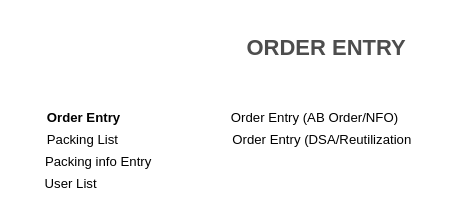
Before: page "Page-2" (2 of 6) of Untitled Diagram.drawio in sdevipriya/VirtualTrainingOct12-Config, a draw.io diagram. Source tidied: cells renumbered, new cells numbered last; positions are measured from the earlier drawing's top-left corner, leaving out a move shared by most shapes. Both pictures are drawn from the tidied source at 110%, with x=0, y=0 at pixel (19, 30).
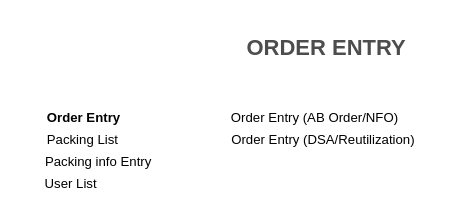
The same page after the edit.

Diff of the diagram source:
```diff
@@
 <mxGraphModel>
   <root>
     <mxCell id="0" />
     <mxCell id="1" parent="0" />
     <mxCell id="2" value="&lt;h1&gt;ORDER ENTRY&lt;br&gt;&lt;/h1&gt;" style="whiteSpace=wrap;html=1;shadow=0;dashed=0;fontSize=10;align=left;fillColor=#FFFFFF;strokeColor=#FFFFFF;fontColor=#4D4D4D;" parent="1" vertex="1">
       <mxGeometry x="205" width="168.8" height="30" as="geometry" />
     </mxCell>
     <mxCell id="3" value="Order Entry&lt;span style=&quot;white-space: pre&quot;&gt;&#9;&lt;/span&gt;" style="text;html=1;align=center;verticalAlign=middle;strokeColor=none;fontStyle=1;" parent="1" vertex="1">
       <mxGeometry x="15" y="70" width="100" height="20" as="geometry" />
     </mxCell>
     <mxCell id="4" value="&lt;span style=&quot;white-space: pre&quot;&gt;   &lt;/span&gt;Packing List&lt;span style=&quot;white-space: pre&quot;&gt;&#9;&lt;/span&gt;" style="text;html=1;align=center;verticalAlign=middle;strokeColor=none;" parent="1" vertex="1">
       <mxGeometry x="5" y="90" width="100" height="20" as="geometry" />
     </mxCell>
     <mxCell id="5" value="&lt;span style=&quot;white-space: pre&quot;&gt;  &lt;/span&gt;Packing info Entry&lt;span style=&quot;white-space: pre&quot;&gt;&#9;&lt;/span&gt;" style="text;html=1;align=center;verticalAlign=middle;strokeColor=none;" parent="1" vertex="1">
       <mxGeometry x="10" y="110" width="120" height="20" as="geometry" />
     </mxCell>
     <mxCell id="6" value="&lt;span style=&quot;white-space: pre&quot;&gt; &lt;/span&gt;User List" style="text;html=1;align=center;verticalAlign=middle;strokeColor=none;" parent="1" vertex="1">
       <mxGeometry x="10" y="130" width="70" height="20" as="geometry" />
     </mxCell>
     <mxCell id="7" value="&lt;span style=&quot;white-space: pre&quot;&gt;&#9;&lt;/span&gt;&lt;span style=&quot;white-space: pre&quot;&gt;&#9;&lt;/span&gt;&lt;span style=&quot;white-space: pre&quot;&gt;&#9;&lt;/span&gt;&lt;span style=&quot;white-space: pre&quot;&gt;&#9;&lt;/span&gt;&lt;span style=&quot;white-space: pre&quot;&gt;&#9;&lt;/span&gt;&lt;span style=&quot;white-space: pre&quot;&gt;&#9;&lt;/span&gt;&lt;span style=&quot;white-space: pre&quot;&gt;&#9;&lt;/span&gt;Order Entry (AB Order/NFO)" style="text;html=1;align=center;verticalAlign=middle;strokeColor=none;fontColor=#000000;" parent="1" vertex="1">
       <mxGeometry y="70" width="350" height="20" as="geometry" />
     </mxCell>
-    <mxCell id="8" value="&lt;span style=&quot;white-space: pre&quot;&gt;&#9;&lt;/span&gt;&lt;span style=&quot;white-space: pre&quot;&gt;&#9;&lt;/span&gt;&lt;span style=&quot;white-space: pre&quot;&gt;&#9;&lt;/span&gt;&lt;span style=&quot;white-space: pre&quot;&gt;&#9;&lt;/span&gt;&lt;span style=&quot;white-space: pre&quot;&gt;    &lt;/span&gt;Order Entry (DSA/Reutilization" style="text;html=1;align=center;verticalAlign=middle;strokeColor=none;fontColor=#000000;" parent="1" vertex="1">
-      <mxGeometry x="65" y="90" width="300" height="20" as="geometry" />
+    <mxCell id="8" value="&lt;span style=&quot;white-space: pre&quot;&gt;&#9;&lt;/span&gt;&lt;span style=&quot;white-space: pre&quot;&gt;&#9;&lt;/span&gt;&lt;span style=&quot;white-space: pre&quot;&gt;&#9;&lt;/span&gt;&lt;span style=&quot;white-space: pre&quot;&gt;&#9;&lt;/span&gt;&lt;span style=&quot;white-space: pre&quot;&gt;    &lt;/span&gt;Order Entry (DSA/Reutilization)" style="text;html=1;align=center;verticalAlign=middle;strokeColor=none;fontColor=#000000;" parent="1" vertex="1">
+      <mxGeometry x="67" y="91" width="297" height="18" as="geometry" />
     </mxCell>
   </root>
 </mxGraphModel>
```
